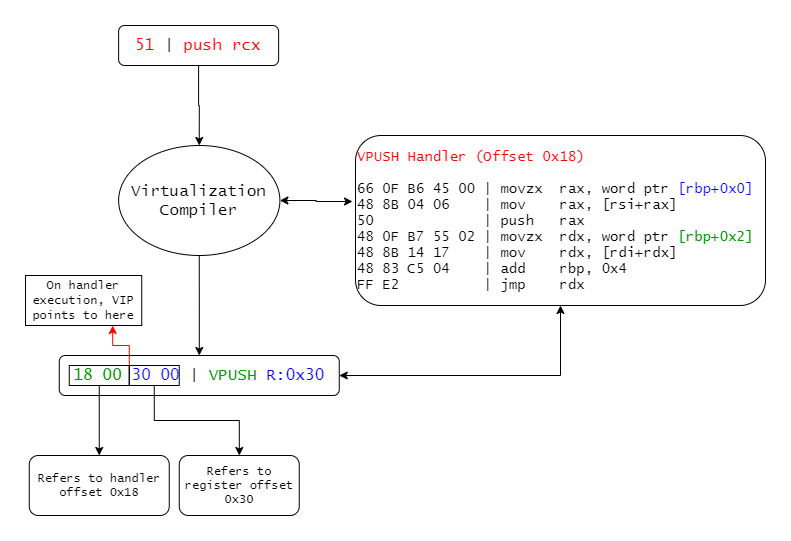
Above: assets/virtualization-1/vm-flowchart.png in 0xnobody/0xnobody.github.io (draw.io), before the change. Source tidied: cells renumbered, new cells last; positions are measured from the earlier drawing's top-left corner, leaving out a move shared by most shapes.
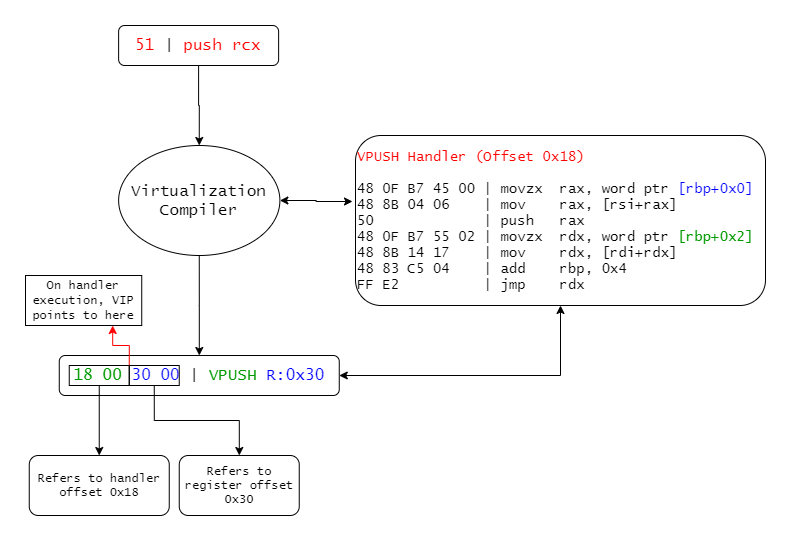
After the change.

The edit, as a diff of the source:
```diff
@@ -46,7 +46,7 @@
     <mxCell id="15" value="&lt;font style=&quot;font-size: 16px&quot;&gt;Virtualization Compiler&lt;/font&gt;" style="ellipse;whiteSpace=wrap;html=1;fillColor=none;fontFamily=Lucida Console;fontColor=#000000;" parent="1" vertex="1">
       <mxGeometry x="93.1" y="120" width="161.2" height="110" as="geometry" />
     </mxCell>
-    <mxCell id="16" value="&lt;div style=&quot;font-size: 14px&quot;&gt;&lt;font style=&quot;font-size: 14px&quot; color=&quot;#ff0000&quot;&gt;VPUSH Handler (Offset 0x18)&lt;/font&gt;&lt;/div&gt;&lt;div style=&quot;font-size: 14px&quot;&gt;&lt;font style=&quot;font-size: 14px&quot;&gt;&lt;br&gt;&lt;/font&gt;&lt;/div&gt;&lt;div style=&quot;font-size: 14px&quot;&gt;&lt;font style=&quot;font-size: 14px&quot;&gt;66 0F B6 45 00 | movzx&amp;nbsp; rax, word ptr&amp;nbsp;&lt;font color=&quot;#0000ff&quot;&gt;[rbp+0x0]&lt;/font&gt;&lt;/font&gt;&lt;/div&gt;&lt;div style=&quot;font-size: 14px&quot;&gt;&lt;font style=&quot;font-size: 14px&quot;&gt;48 8B 04 06&amp;nbsp; &amp;nbsp; | mov&amp;nbsp; &amp;nbsp; rax, [rsi+rax]&lt;/font&gt;&lt;/div&gt;&lt;div style=&quot;font-size: 14px&quot;&gt;&lt;font style=&quot;font-size: 14px&quot;&gt;50&amp;nbsp; &amp;nbsp; &amp;nbsp; &amp;nbsp; &amp;nbsp; &amp;nbsp; &amp;nbsp;| push&amp;nbsp; &amp;nbsp;rax&lt;/font&gt;&lt;/div&gt;&lt;div style=&quot;font-size: 14px&quot;&gt;&lt;font style=&quot;font-size: 14px&quot;&gt;48 0F B7 55 02 | movzx&amp;nbsp; rdx, word ptr &lt;font color=&quot;#009900&quot;&gt;[rbp+0x2]&lt;/font&gt;&lt;/font&gt;&lt;/div&gt;&lt;div style=&quot;font-size: 14px&quot;&gt;&lt;font style=&quot;font-size: 14px&quot;&gt;48 8B 14 17&amp;nbsp; &amp;nbsp; | mov&amp;nbsp; &amp;nbsp; rdx, [rdi+rdx]&lt;/font&gt;&lt;/div&gt;&lt;div style=&quot;font-size: 14px&quot;&gt;&lt;font style=&quot;font-size: 14px&quot;&gt;48 83 C5 04&amp;nbsp; &amp;nbsp; | add&amp;nbsp; &amp;nbsp; rbp, 0x4&lt;/font&gt;&lt;/div&gt;&lt;div style=&quot;font-size: 14px&quot;&gt;&lt;font style=&quot;font-size: 14px&quot;&gt;FF E2&amp;nbsp; &amp;nbsp; &amp;nbsp; &amp;nbsp; &amp;nbsp; | jmp&amp;nbsp; &amp;nbsp; rdx&lt;/font&gt;&lt;/div&gt;" style="rounded=1;whiteSpace=wrap;html=1;fillColor=none;fontFamily=Lucida Console;fontColor=#000000;align=left;" parent="1" vertex="1">
+    <mxCell id="16" value="&lt;div style=&quot;font-size: 14px&quot;&gt;&lt;font style=&quot;font-size: 14px&quot; color=&quot;#ff0000&quot;&gt;VPUSH Handler (Offset 0x18)&lt;/font&gt;&lt;/div&gt;&lt;div style=&quot;font-size: 14px&quot;&gt;&lt;font style=&quot;font-size: 14px&quot;&gt;&lt;br&gt;&lt;/font&gt;&lt;/div&gt;&lt;div style=&quot;font-size: 14px&quot;&gt;&lt;font style=&quot;font-size: 14px&quot;&gt;48 0F B7 45 00 | movzx&amp;nbsp; rax, word ptr&amp;nbsp;&lt;font color=&quot;#0000ff&quot;&gt;[rbp+0x0]&lt;/font&gt;&lt;/font&gt;&lt;/div&gt;&lt;div style=&quot;font-size: 14px&quot;&gt;&lt;font style=&quot;font-size: 14px&quot;&gt;48 8B 04 06&amp;nbsp; &amp;nbsp; | mov&amp;nbsp; &amp;nbsp; rax, [rsi+rax]&lt;/font&gt;&lt;/div&gt;&lt;div style=&quot;font-size: 14px&quot;&gt;&lt;font style=&quot;font-size: 14px&quot;&gt;50&amp;nbsp; &amp;nbsp; &amp;nbsp; &amp;nbsp; &amp;nbsp; &amp;nbsp; &amp;nbsp;| push&amp;nbsp; &amp;nbsp;rax&lt;/font&gt;&lt;/div&gt;&lt;div style=&quot;font-size: 14px&quot;&gt;&lt;font style=&quot;font-size: 14px&quot;&gt;48 0F B7 55 02 | movzx&amp;nbsp; rdx, word ptr &lt;font color=&quot;#009900&quot;&gt;[rbp+0x2]&lt;/font&gt;&lt;/font&gt;&lt;/div&gt;&lt;div style=&quot;font-size: 14px&quot;&gt;&lt;font style=&quot;font-size: 14px&quot;&gt;48 8B 14 17&amp;nbsp; &amp;nbsp; | mov&amp;nbsp; &amp;nbsp; rdx, [rdi+rdx]&lt;/font&gt;&lt;/div&gt;&lt;div style=&quot;font-size: 14px&quot;&gt;&lt;font style=&quot;font-size: 14px&quot;&gt;48 83 C5 04&amp;nbsp; &amp;nbsp; | add&amp;nbsp; &amp;nbsp; rbp, 0x4&lt;/font&gt;&lt;/div&gt;&lt;div style=&quot;font-size: 14px&quot;&gt;&lt;font style=&quot;font-size: 14px&quot;&gt;FF E2&amp;nbsp; &amp;nbsp; &amp;nbsp; &amp;nbsp; &amp;nbsp; | jmp&amp;nbsp; &amp;nbsp; rdx&lt;/font&gt;&lt;/div&gt;" style="rounded=1;whiteSpace=wrap;html=1;fillColor=none;fontFamily=Lucida Console;fontColor=#000000;align=left;" parent="1" vertex="1">
       <mxGeometry x="330" y="110" width="410" height="170" as="geometry" />
     </mxCell>
     <mxCell id="17" value="&lt;font face=&quot;Lucida Console&quot;&gt;On handler execution, VIP points to here&lt;/font&gt;" style="rounded=0;whiteSpace=wrap;html=1;" parent="1" vertex="1">
```
